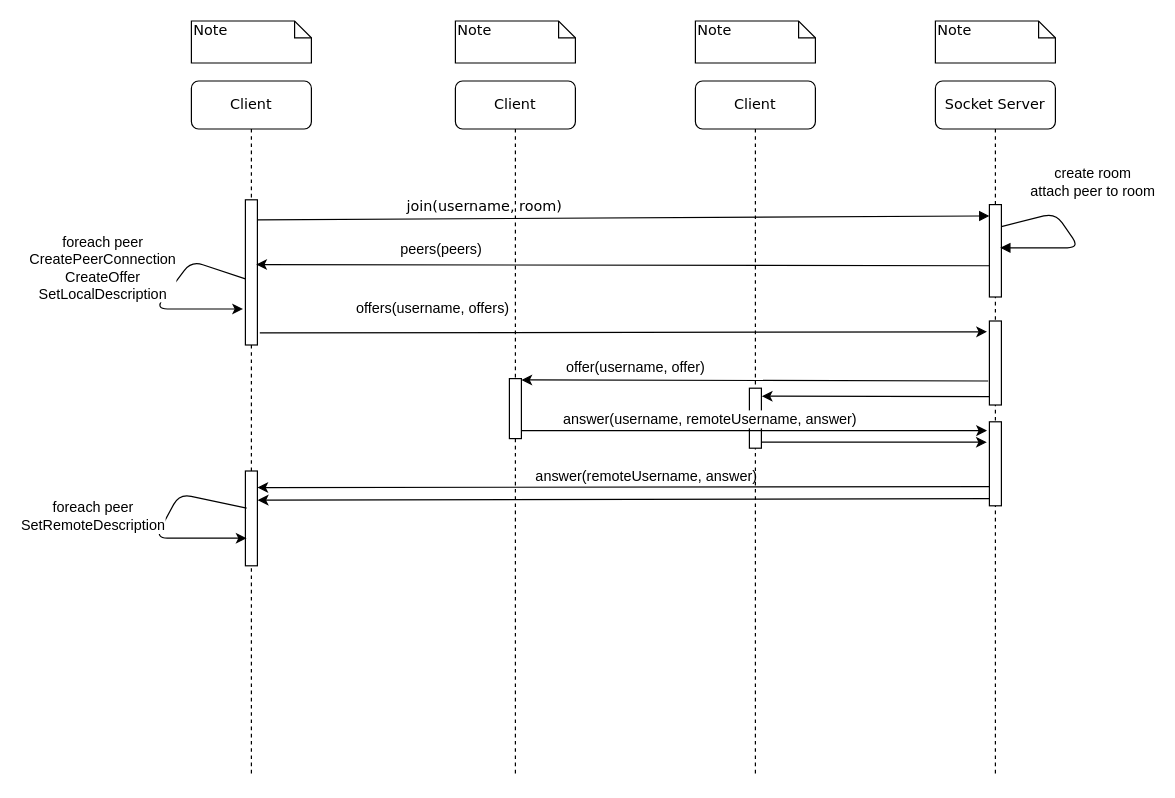
This is WebRTC Sequence Diagrams.drawio from emrahoner/live-sport-documents, a draw.io file, before an edit. Source tidied: cells renumbered, new cells numbered last; positions are measured from the earlier drawing's top-left corner, leaving out a move shared by most shapes. Both pictures are drawn from the tidied source at 120%, with x=0, y=0 at pixel (155, 20).
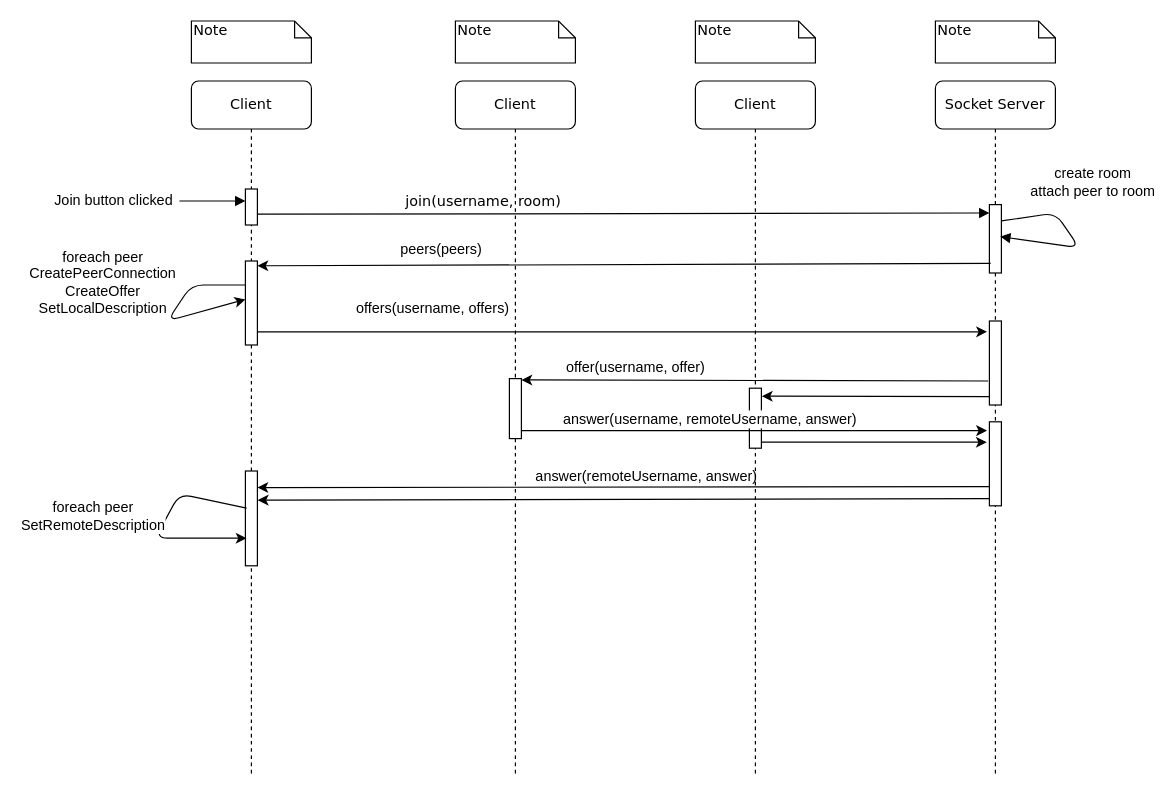
The same page after the edit.

Commit message:
Seperated the activity for callback of peers message

Unchanged cells that the change refers to:
```xml
<mxCell id="4" value="Socket Server" style="shape=umlLifeline;perimeter=lifelinePerimeter;whiteSpace=wrap;html=1;rounded=1;shadow=0;comic=0;labelBackgroundColor=none;strokeWidth=1;fontFamily=Verdana;fontSize=12;align=center;" parent="1" vertex="1">
  <mxGeometry x="650" y="50" width="100" height="580" as="geometry" />
</mxCell>
<mxCell id="8" style="html=1;points=[];perimeter=orthogonalPerimeter;rounded=0;shadow=0;comic=0;labelBackgroundColor=none;strokeWidth=1;fontFamily=Verdana;fontSize=12;align=center;" parent="4" vertex="1">
  <mxGeometry x="45" y="200" width="10" height="70" as="geometry" />
</mxCell>
<mxCell id="9" value="Client" style="shape=umlLifeline;perimeter=lifelinePerimeter;whiteSpace=wrap;html=1;rounded=1;shadow=0;comic=0;labelBackgroundColor=none;strokeWidth=1;fontFamily=Verdana;fontSize=12;align=center;" parent="1" vertex="1">
  <mxGeometry x="30" y="50" width="100" height="580" as="geometry" />
</mxCell>
```

The edit, as a diff of the source:
```diff
@@
     <mxCell id="5" style="html=1;points=[];perimeter=orthogonalPerimeter;rounded=0;shadow=0;comic=0;labelBackgroundColor=none;strokeWidth=1;fontFamily=Verdana;fontSize=12;align=center;" parent="4" vertex="1">
-      <mxGeometry x="45" y="103" width="10" height="77" as="geometry" />
+      <mxGeometry x="45" y="103" width="10" height="57" as="geometry" />
     </mxCell>
@@
     <mxCell id="13" style="html=1;points=[];perimeter=orthogonalPerimeter;rounded=0;shadow=0;comic=0;labelBackgroundColor=none;strokeWidth=1;fontFamily=Verdana;fontSize=12;align=center;" parent="9" vertex="1">
-      <mxGeometry x="45" y="99" width="10" height="121" as="geometry" />
+      <mxGeometry x="45" y="150" width="10" height="70" as="geometry" />
     </mxCell>
-    <mxCell id="14" style="edgeStyle=none;rounded=1;orthogonalLoop=1;jettySize=auto;html=1;exitX=0;exitY=0.545;exitDx=0;exitDy=0;exitPerimeter=0;entryX=-0.2;entryY=0.752;entryDx=0;entryDy=0;entryPerimeter=0;fontSize=12;" parent="9" edge="1" source="13" target="13">
+    <mxCell id="14" style="edgeStyle=none;rounded=1;orthogonalLoop=1;jettySize=auto;html=1;entryX=0;entryY=0.457;entryDx=0;entryDy=0;entryPerimeter=0;fontSize=12;exitX=0;exitY=0.286;exitDx=0;exitDy=0;exitPerimeter=0;" parent="9" edge="1" source="13" target="13">
       <mxGeometry relative="1" as="geometry">
         <Array as="points">
-          <mxPoint y="150" />
-          <mxPoint x="-30" y="190" />
+          <mxPoint y="170" />
+          <mxPoint x="-20" y="200" />
         </Array>
       </mxGeometry>
     </mxCell>
-    <mxCell id="15" value="foreach peer&lt;br&gt;CreatePeerConnection&lt;br style=&quot;font-size: 12px&quot;&gt;CreateOffer&lt;br&gt;SetLocalDescription" style="edgeLabel;html=1;align=center;verticalAlign=middle;fontSize=12;" parent="14" vertex="1">
+    <mxCell id="15" value="foreach peer&lt;br&gt;CreatePeerConnection&lt;br style=&quot;font-size: 12px&quot;&gt;CreateOffer&lt;br&gt;SetLocalDescription" style="edgeLabel;html=1;align=center;verticalAlign=middle;fontSize=12;labelBackgroundColor=none;" parent="14" vertex="1">
       <mxGeometry x="-0.37" y="11" relative="1" as="geometry">
-        <mxPoint x="-79.2" y="-6" as="offset" />
+        <mxPoint x="-82.2" y="-10" as="offset" />
       </mxGeometry>
     </mxCell>
+    <mxCell id="36" style="html=1;points=[];perimeter=orthogonalPerimeter;fontSize=12;" parent="9" vertex="1">
+      <mxGeometry x="45" y="90" width="10" height="30" as="geometry" />
+    </mxCell>
-    <mxCell id="16" value="join(username, room)" style="html=1;verticalAlign=bottom;endArrow=block;labelBackgroundColor=none;fontFamily=Verdana;fontSize=12;elbow=vertical;entryX=0;entryY=0.123;entryDx=0;entryDy=0;entryPerimeter=0;exitX=1;exitY=0.138;exitDx=0;exitDy=0;exitPerimeter=0;" parent="1" edge="1" source="13" target="5">
+    <mxCell id="16" value="join(username, room)" style="html=1;verticalAlign=bottom;endArrow=block;labelBackgroundColor=none;fontFamily=Verdana;fontSize=12;elbow=vertical;entryX=0;entryY=0.123;entryDx=0;entryDy=0;entryPerimeter=0;exitX=1;exitY=0.7;exitDx=0;exitDy=0;exitPerimeter=0;" parent="1" edge="1" source="36" target="5">
       <mxGeometry x="0.11" y="-152" relative="1" as="geometry">
         <mxPoint x="-151" y="-152" as="offset" />
       </mxGeometry>
     </mxCell>
@@
-    <mxCell id="30" style="edgeStyle=none;rounded=1;comic=0;jettySize=auto;html=1;entryX=0.9;entryY=0.446;entryDx=0;entryDy=0;entryPerimeter=0;fontSize=12;exitX=0;exitY=0.662;exitDx=0;exitDy=0;exitPerimeter=0;" parent="1" edge="1" source="5" target="13">
+    <mxCell id="30" style="edgeStyle=none;rounded=1;comic=0;jettySize=auto;html=1;entryX=1;entryY=0.057;entryDx=0;entryDy=0;entryPerimeter=0;fontSize=12;exitX=0.1;exitY=0.86;exitDx=0;exitDy=0;exitPerimeter=0;" parent="1" edge="1" source="5" target="13">
       <mxGeometry relative="1" as="geometry" />
     </mxCell>
@@
-    <mxCell id="32" style="edgeStyle=none;rounded=1;comic=0;jettySize=auto;html=1;fontSize=12;entryX=-0.2;entryY=0.129;entryDx=0;entryDy=0;entryPerimeter=0;exitX=1.2;exitY=0.917;exitDx=0;exitDy=0;exitPerimeter=0;" parent="1" edge="1" source="13" target="8">
+    <mxCell id="32" style="edgeStyle=none;rounded=1;comic=0;jettySize=auto;html=1;fontSize=12;entryX=-0.2;entryY=0.129;entryDx=0;entryDy=0;entryPerimeter=0;exitX=1;exitY=0.843;exitDx=0;exitDy=0;exitPerimeter=0;" parent="1" edge="1" source="13" target="8">
       <mxGeometry relative="1" as="geometry" />
     </mxCell>
@@
+    <mxCell id="37" style="endArrow=block;endFill=1;endSize=6;html=1;fontSize=12;entryX=0;entryY=0.333;entryDx=0;entryDy=0;entryPerimeter=0;" parent="1" edge="1" target="36">
+      <mxGeometry relative="1" as="geometry">
+        <mxPoint x="20" y="150" as="sourcePoint" />
+      </mxGeometry>
+    </mxCell>
+    <mxCell id="38" value="Join button clicked" style="text;html=1;align=center;verticalAlign=middle;fontSize=12;" parent="1" vertex="1">
+      <mxGeometry x="-90" y="140" width="110" height="20" as="geometry" />
+    </mxCell>
```
